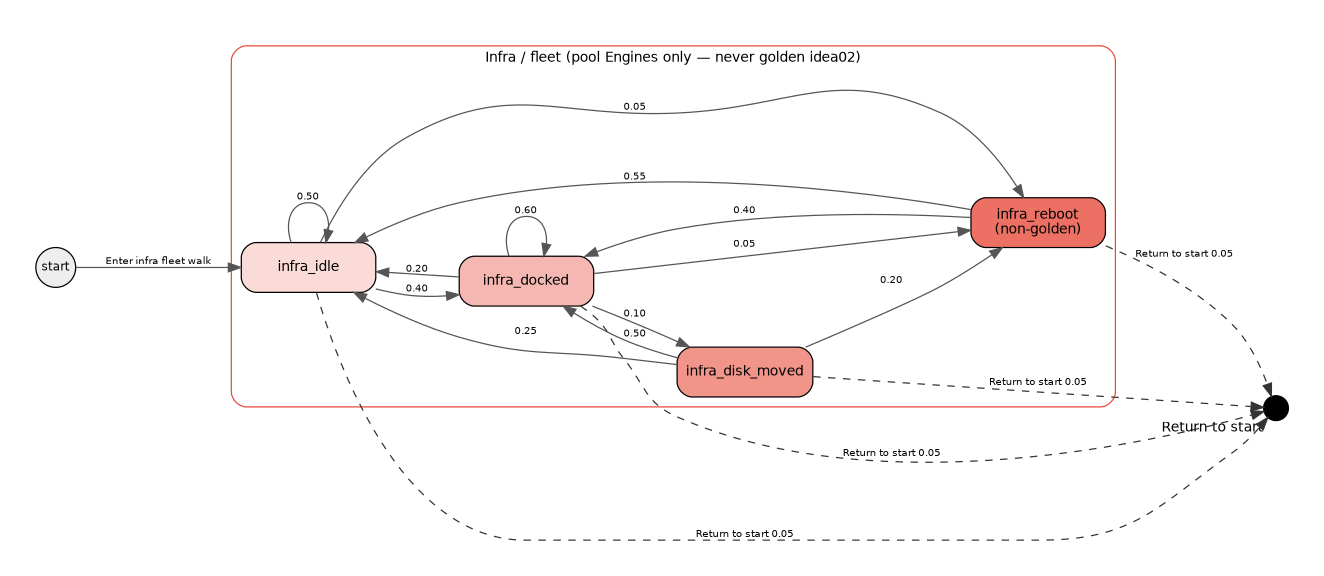
koenswings/agent-engine-dev keeps this Graphviz diagram as proposals/duration-tests-infra.png. Above is the earlier version. Its source is kept beside it as proposals/duration-tests-infra.dot.
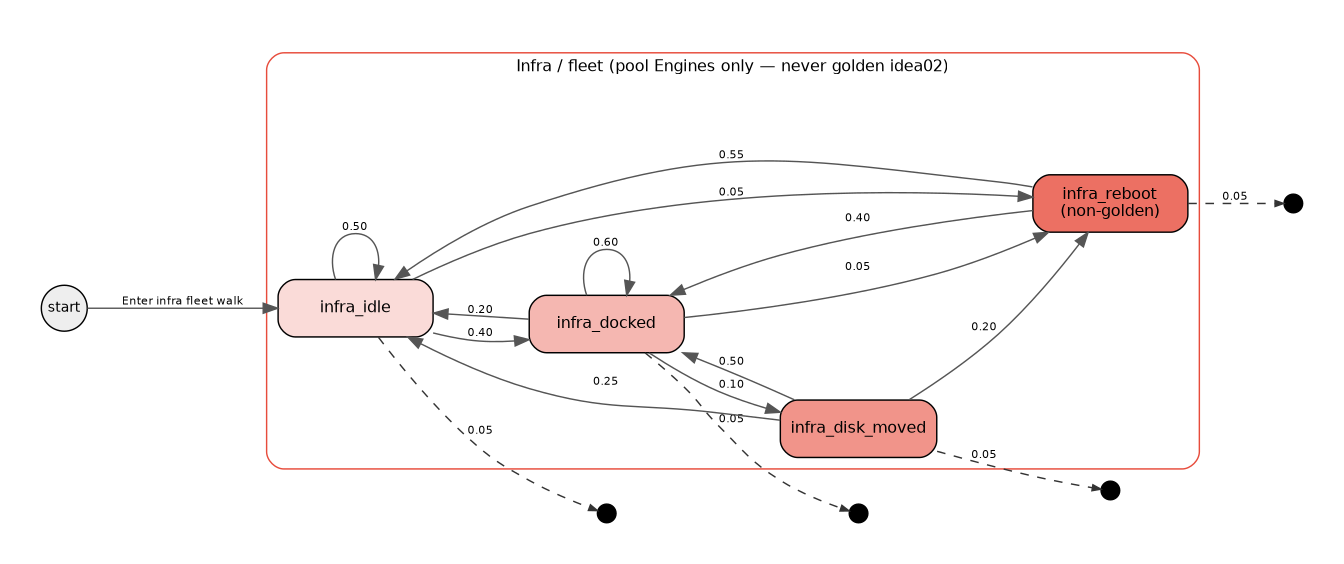
The same file after the commit.

The edit, as a diff of the source:
```diff
@@ -11,9 +11,7 @@
   edge [fontname="Helvetica", fontsize=8, color="#555555"];
 
   start [label="start", shape=circle, width=0.45, height=0.45, fixedsize=true, fillcolor="#eeeeee", style=filled, fontsize=10];
-  start_return [label="", shape=circle, width=0.28, height=0.28, fixedsize=true, fillcolor="black", style=filled, color="black", xlabel="Return to start"];
-
-  subgraph cluster_infra {
+subgraph cluster_infra {
     label="Infra / fleet (pool Engines only — never golden idea02)";
     fontsize=11;
     style=rounded;
@@ -42,8 +40,12 @@
   infra_reboot -> infra_idle [label="0.55"];
   infra_reboot -> infra_docked [label="0.40"];
 
-  infra_idle -> start_return [label="Return to start 0.05", style=dashed, color="#333333"];
-  infra_docked -> start_return [label="Return to start 0.05", style=dashed, color="#333333"];
-  infra_disk_moved -> start_return [label="Return to start 0.05", style=dashed, color="#333333"];
-  infra_reboot -> start_return [label="Return to start 0.05", style=dashed, color="#333333"];
+  infra_disk_moved_ret [label="", shape=circle, width=0.18, height=0.18, fixedsize=true, fillcolor="black", style=filled, color="black"];
+  infra_disk_moved -> infra_disk_moved_ret [label="0.05", style=dashed, color="#333333", arrowsize=0.6, minlen=1];
+  infra_docked_ret [label="", shape=circle, width=0.18, height=0.18, fixedsize=true, fillcolor="black", style=filled, color="black"];
+  infra_docked -> infra_docked_ret [label="0.05", style=dashed, color="#333333", arrowsize=0.6, minlen=1];
+  infra_idle_ret [label="", shape=circle, width=0.18, height=0.18, fixedsize=true, fillcolor="black", style=filled, color="black"];
+  infra_idle -> infra_idle_ret [label="0.05", style=dashed, color="#333333", arrowsize=0.6, minlen=1];
+  infra_reboot_ret [label="", shape=circle, width=0.18, height=0.18, fixedsize=true, fillcolor="black", style=filled, color="black"];
+  infra_reboot -> infra_reboot_ret [label="0.05", style=dashed, color="#333333", arrowsize=0.6, minlen=1];
 }
```
